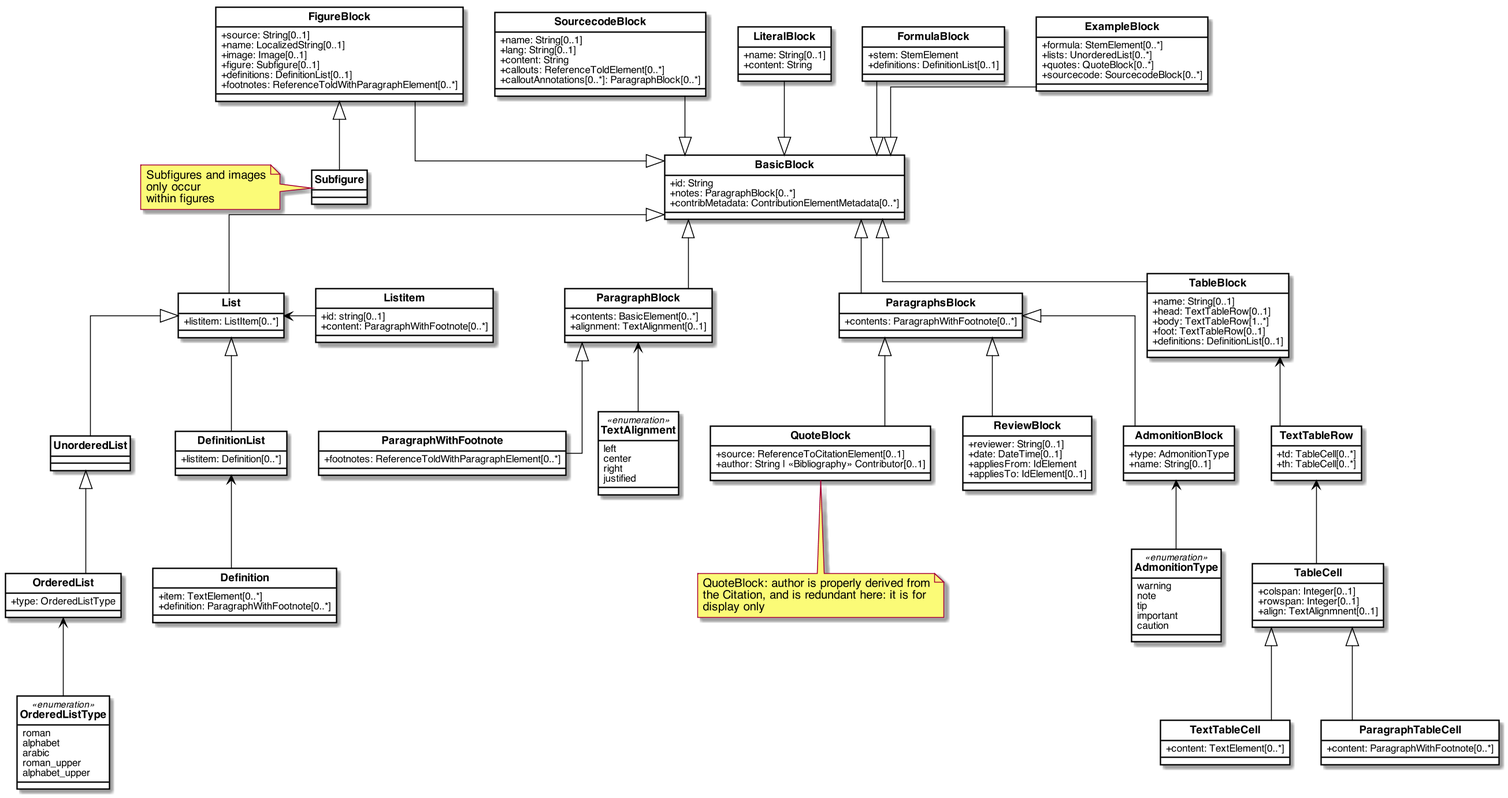
Before: images/Blocks.png, a diagram exported from PlantUML (metanorma/basicdoc-models).
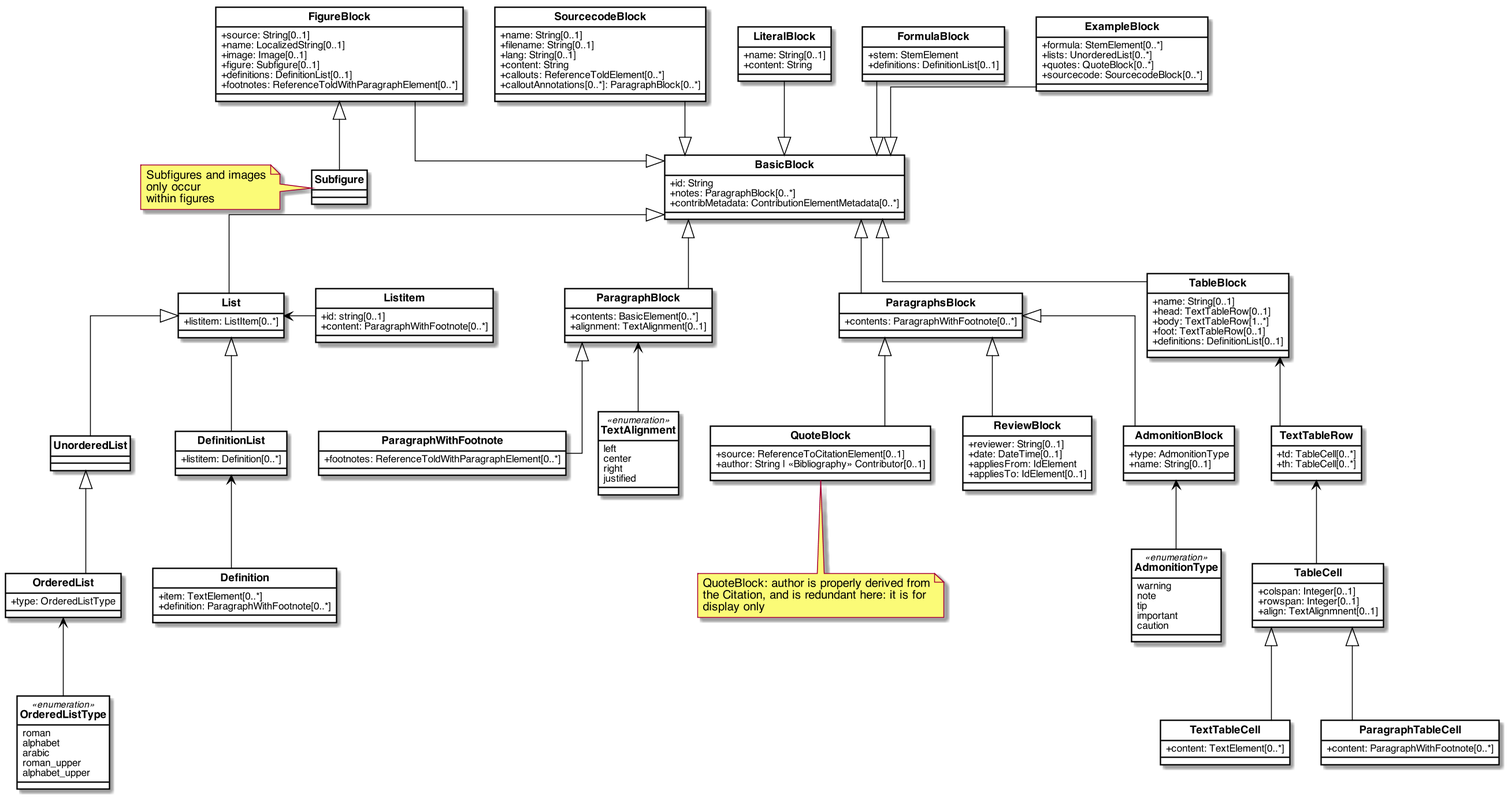
Above is the later version.

Commit message:
sourcecode/filename, image/filename

What changed in the source:
```diff
@@ -62,6 +62,7 @@
 
 class SourcecodeBlock{
     +name: String[0..1]
+    +filename: String[0..1]
     +lang: String[0..1]
     +content: String
     +callouts: ReferenceToldElement[0..*]
```
